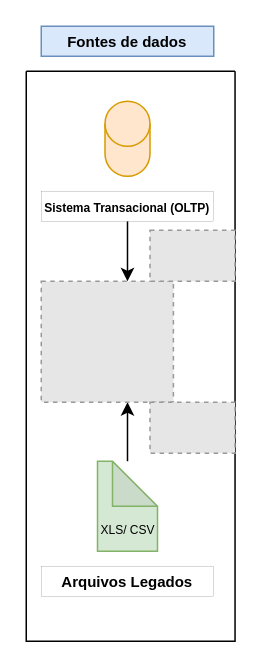
Above: trilha6.drawio in vbelinski/posMack (draw.io), before the change. Source tidied: cells renumbered, new cells numbered last; positions are measured from the earlier drawing's top-left corner, leaving out a move shared by most shapes. Both pictures are drawn from the tidied source at 150%, with x=0, y=0 at pixel (26, 26). Pictures stored in the file or linked from it are replaced by grey dashed boxes.
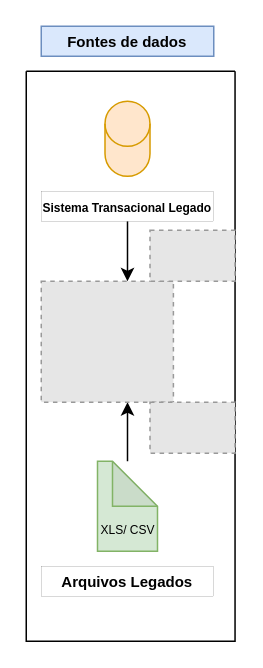
The same page after the edit.

Change to the diagram source:
```diff
@@
 <mxGraphModel>
   <root>
     <mxCell id="0" />
     <mxCell id="1" parent="0" />
     <mxCell id="2" style="swimlane;startSize=0;" parent="1" vertex="1">
       <mxGeometry y="30" width="139.2" height="380" as="geometry" />
     </mxCell>
     <mxCell id="3" style="shape=cylinder3;whiteSpace=wrap;html=1;boundedLbl=1;backgroundOutline=1;size=15;fillColor=#ffe6cc;strokeColor=#d79b00;" parent="2" vertex="1">
       <mxGeometry x="52.5" y="20" width="30" height="50" as="geometry" />
     </mxCell>
     <mxCell id="4" style="edgeStyle=orthogonalEdgeStyle;rounded=0;jettySize=auto;html=1;" parent="2" edge="1" source="5" target="9">
       <mxGeometry relative="1" as="geometry">
         <Array as="points">
           <mxPoint x="68" y="230" />
           <mxPoint x="68" y="230" />
         </Array>
       </mxGeometry>
     </mxCell>
     <mxCell id="5" value="&lt;div&gt;&lt;font style=&quot;font-size: 11px;&quot;&gt;&lt;font style=&quot;font-size: 10px;&quot;&gt;&lt;font style=&quot;font-size: 9px;&quot;&gt;&lt;font style=&quot;font-size: 8px;&quot;&gt;&lt;br&gt;&lt;/font&gt;&lt;/font&gt;&lt;/font&gt;&lt;/font&gt;&lt;/div&gt;&lt;div&gt;&lt;font style=&quot;font-size: 11px;&quot;&gt;&lt;font style=&quot;font-size: 10px;&quot;&gt;&lt;font style=&quot;font-size: 9px;&quot;&gt;&lt;font style=&quot;font-size: 8px;&quot;&gt;&lt;br&gt;&lt;/font&gt;&lt;/font&gt;&lt;/font&gt;&lt;/font&gt;&lt;/div&gt;&lt;div&gt;&lt;font style=&quot;font-size: 11px;&quot;&gt;&lt;font style=&quot;font-size: 10px;&quot;&gt;&lt;font style=&quot;font-size: 9px;&quot;&gt;&lt;font style=&quot;font-size: 8px;&quot;&gt;XLS/ CSV&lt;/font&gt;&lt;/font&gt;&lt;/font&gt;&lt;/font&gt;&lt;/div&gt;" style="shape=note;whiteSpace=wrap;html=1;backgroundOutline=1;darkOpacity=0.05;fillColor=#d5e8d4;strokeColor=#82b366;" parent="2" vertex="1">
       <mxGeometry x="47.5" y="260" width="40" height="60" as="geometry" />
     </mxCell>
     <mxCell id="6" style="edgeStyle=orthogonalEdgeStyle;rounded=0;jettySize=auto;html=1;" parent="2" edge="1" source="7" target="9">
       <mxGeometry relative="1" as="geometry">
         <Array as="points">
           <mxPoint x="68" y="130" />
           <mxPoint x="68" y="130" />
         </Array>
       </mxGeometry>
     </mxCell>
-    <mxCell id="7" value="&lt;font style=&quot;font-size: 9px;&quot;&gt;&lt;font style=&quot;font-size: 8px;&quot;&gt;Sistema Transacional (OLTP)&lt;/font&gt;&lt;/font&gt;" style="rounded=0;whiteSpace=wrap;html=1;fontSize=10;fontStyle=1;strokeWidth=0;" parent="2" vertex="1">
+    <mxCell id="7" value="&lt;font style=&quot;font-size: 9px;&quot;&gt;&lt;font style=&quot;font-size: 8px;&quot;&gt;Sistema Transacional Legado&lt;br&gt;&lt;/font&gt;&lt;/font&gt;" style="rounded=0;whiteSpace=wrap;html=1;fontSize=10;fontStyle=1;strokeWidth=0;" parent="2" vertex="1">
       <mxGeometry x="10" y="80" width="115" height="20" as="geometry" />
     </mxCell>
     <mxCell id="8" value="Arquivos Legados" style="rounded=0;whiteSpace=wrap;html=1;fontSize=10;fontStyle=1;strokeWidth=0;" parent="2" vertex="1">
       <mxGeometry x="10" y="330" width="115" height="20" as="geometry" />
     </mxCell>
     <mxCell id="9" style="fillColor=#E6E6E6;strokeColor=#999999;dashed=1;verticalLabelPosition=bottom;labelBackgroundColor=default;verticalAlign=top;" parent="2" vertex="1">
       <mxGeometry x="10" y="140" width="88.1" height="80.6" as="geometry" />
     </mxCell>
     <mxCell id="10" style="fillColor=#E6E6E6;strokeColor=#999999;dashed=1;verticalLabelPosition=bottom;labelBackgroundColor=default;verticalAlign=top;" parent="2" vertex="1">
       <mxGeometry x="82.5" y="220.6" width="56.7" height="34" as="geometry" />
     </mxCell>
     <mxCell id="11" style="fillColor=#E6E6E6;strokeColor=#999999;dashed=1;verticalLabelPosition=bottom;labelBackgroundColor=default;verticalAlign=top;" parent="2" vertex="1">
       <mxGeometry x="82.5" y="106" width="56.7" height="34" as="geometry" />
     </mxCell>
     <mxCell id="12" value="Fontes de dados" style="rounded=0;whiteSpace=wrap;html=1;fillColor=#dae8fc;strokeColor=#6c8ebf;fontSize=10;fontStyle=1;" parent="1" vertex="1">
       <mxGeometry x="10" width="115" height="20" as="geometry" />
     </mxCell>
   </root>
 </mxGraphModel>
```
